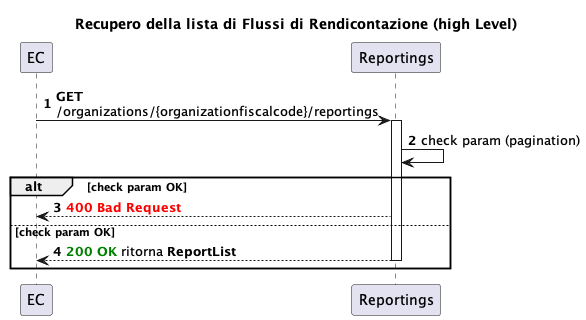
The PlantUML diagram docs/lBilmEcN90PbMrjKX1ww/.gitbook/assets/readFdRList.png in pagopa/devportal-docs, before a commit. Its diagram source:
```plantuml
@startuml readFdRList
title Recupero della lista di Flussi di Rendicontazione (high Level)
autonumber

participant EC
participant Reportings

EC -> Reportings : **GET**\n/organizations/{organizationfiscalcode}/reportings
activate Reportings

Reportings -> Reportings: check param (pagination)

alt check param OK
  Reportings --> EC : <color red>**400 Bad Request**</color>
else check param OK
  Reportings --> EC : <color green>**200 OK**</color> ritorna **ReportList**
  deactivate Reportings
end

@enduml
```
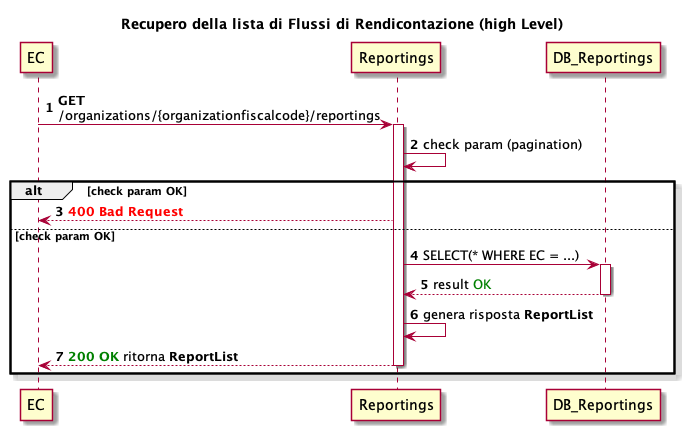
Above is the later version.

The edit, as a diff of the source:
```diff
@@ -1,9 +1,11 @@
 @startuml readFdRList
+skin rose
 title Recupero della lista di Flussi di Rendicontazione (high Level)
 autonumber
 
 participant EC
 participant Reportings
+participant DB_Reportings
 
 EC -> Reportings : **GET**\n/organizations/{organizationfiscalcode}/reportings
 activate Reportings
@@ -13,6 +15,11 @@
 alt check param OK
   Reportings --> EC : <color red>**400 Bad Request**</color>
 else check param OK
+  Reportings -> DB_Reportings : SELECT(* WHERE EC = ...)
+  activate DB_Reportings
+  DB_Reportings --> Reportings : result <color green>OK</color>
+  deactivate DB_Reportings
+  Reportings -> Reportings : genera risposta **ReportList**
   Reportings --> EC : <color green>**200 OK**</color> ritorna **ReportList**
   deactivate Reportings
 end
```
